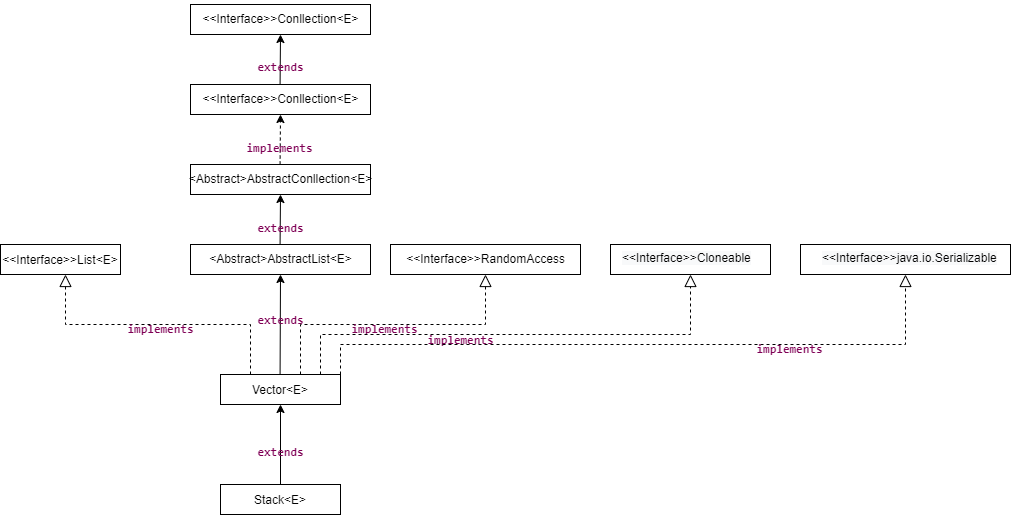
This is Stack关系图.png from jsdsfy/flowchart-warehouse, a draw.io export, as it was before one commit. Source tidied: cells renumbered, new cells last; positions are measured from the earlier drawing's top-left corner, leaving out a move shared by most shapes.
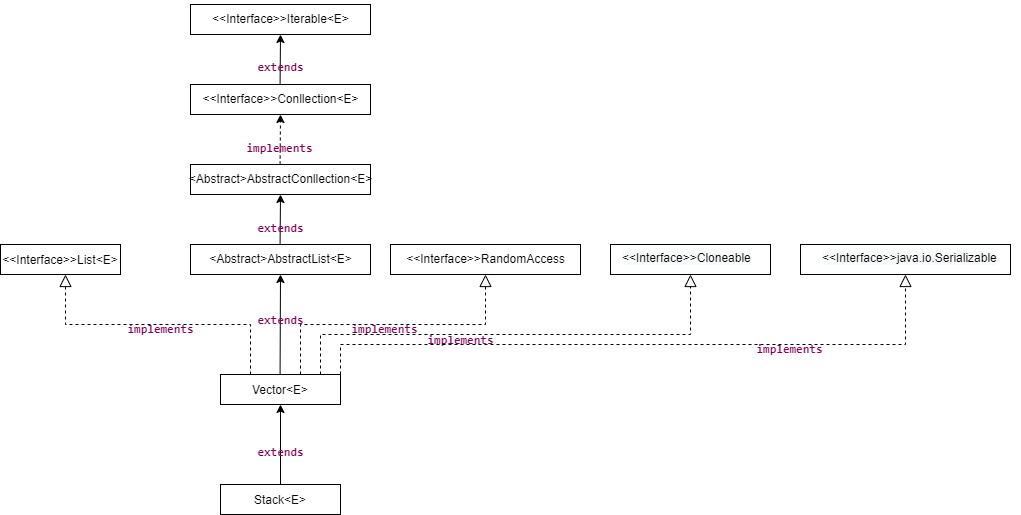
Later version of the same file.

Commit message:
更新Stack关系图.png

What changed in the source:
```diff
@@ -124,7 +124,7 @@
     <mxCell id="33" style="rounded=0;whiteSpace=wrap;html=1;" parent="1" vertex="1">
       <mxGeometry x="190" width="180" height="30" as="geometry" />
     </mxCell>
-    <mxCell id="34" value="&lt;span style=&quot;font-size: 12px ; font-weight: 400&quot;&gt;&amp;lt;&amp;lt;Interface&amp;gt;&amp;gt;&lt;/span&gt;&lt;span style=&quot;font-size: 12px ; font-weight: 400&quot;&gt;Conllection&lt;/span&gt;&lt;span style=&quot;font-size: 12px ; font-weight: 400&quot;&gt;&amp;lt;E&amp;gt;&lt;/span&gt;" style="text;strokeColor=none;fillColor=none;html=1;fontSize=24;fontStyle=1;verticalAlign=middle;align=center;" parent="1" vertex="1">
+    <mxCell id="34" value="&lt;span style=&quot;font-size: 12px ; font-weight: 400&quot;&gt;&amp;lt;&amp;lt;Interface&amp;gt;&amp;gt;Iterable&lt;/span&gt;&lt;span style=&quot;font-size: 12px ; font-weight: 400&quot;&gt;&amp;lt;E&amp;gt;&lt;/span&gt;" style="text;strokeColor=none;fillColor=none;html=1;fontSize=24;fontStyle=1;verticalAlign=middle;align=center;" parent="1" vertex="1">
       <mxGeometry x="200" width="160" height="20" as="geometry" />
     </mxCell>
     <mxCell id="35" style="endArrow=classic;html=1;exitX=0.5;exitY=0;exitDx=0;exitDy=0;entryX=0.5;entryY=1;entryDx=0;entryDy=0;" parent="1" edge="1" source="2" target="3">
```
